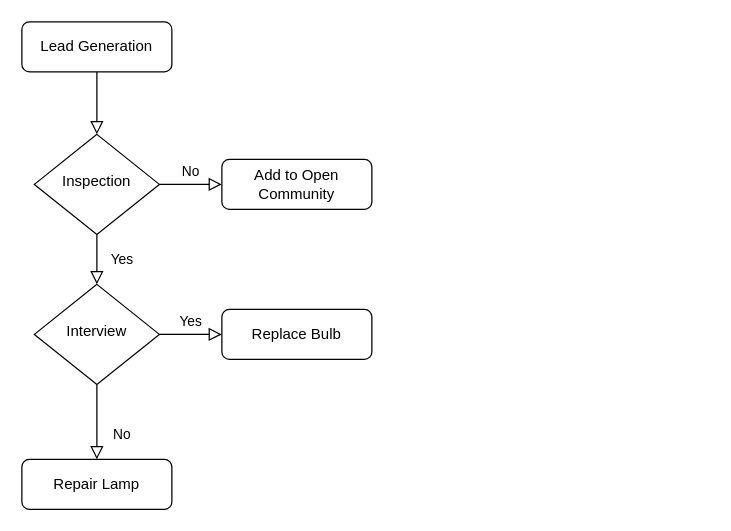
This is strategy_team.drawio from eonlabs-research/rsr-fsa, a draw.io file, before an edit. Source tidied: cells renumbered, new cells numbered last; positions are measured from the earlier drawing's top-left corner, leaving out a move shared by most shapes. Both pictures are drawn from the tidied source at 125%, with x=0, y=0 at pixel (21, 21).
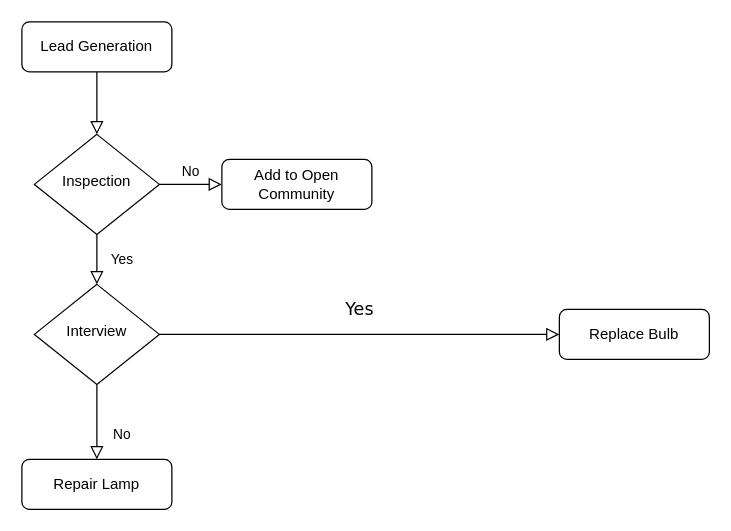
The same page after the edit.

What changed in the source:
```diff
@@
 <mxGraphModel>
   <root>
     <mxCell id="0" />
     <mxCell id="1" parent="0" />
     <mxCell id="2" style="rounded=0;html=1;jettySize=auto;fontSize=11;endArrow=block;endFill=0;endSize=8;strokeWidth=1;shadow=0;labelBackgroundColor=none;edgeStyle=orthogonalEdgeStyle;" parent="1" edge="1" source="3" target="6">
       <mxGeometry relative="1" as="geometry" />
     </mxCell>
     <mxCell id="3" value="Lead Generation" style="rounded=1;whiteSpace=wrap;html=1;fontSize=12;glass=0;strokeWidth=1;shadow=0;" parent="1" vertex="1">
       <mxGeometry width="120" height="40" as="geometry" />
     </mxCell>
     <mxCell id="4" value="Yes" style="rounded=0;html=1;jettySize=auto;fontSize=11;endArrow=block;endFill=0;endSize=8;strokeWidth=1;shadow=0;labelBackgroundColor=none;edgeStyle=orthogonalEdgeStyle;" parent="1" edge="1" source="6" target="10">
       <mxGeometry y="20" relative="1" as="geometry" />
     </mxCell>
     <mxCell id="5" value="No" style="edgeStyle=orthogonalEdgeStyle;rounded=0;html=1;jettySize=auto;fontSize=11;endArrow=block;endFill=0;endSize=8;strokeWidth=1;shadow=0;labelBackgroundColor=none;" parent="1" edge="1" source="6" target="7">
       <mxGeometry y="10" relative="1" as="geometry" />
     </mxCell>
     <mxCell id="6" value="Inspection" style="rhombus;whiteSpace=wrap;html=1;shadow=0;fontFamily=Helvetica;fontSize=12;align=center;strokeWidth=1;spacing=6;spacingTop=-4;" parent="1" vertex="1">
       <mxGeometry x="10" y="90" width="100" height="80" as="geometry" />
     </mxCell>
     <mxCell id="7" value="Add to Open Community" style="rounded=1;whiteSpace=wrap;html=1;fontSize=12;glass=0;strokeWidth=1;shadow=0;" parent="1" vertex="1">
       <mxGeometry x="160" y="110" width="120" height="40" as="geometry" />
     </mxCell>
     <mxCell id="8" value="No" style="rounded=0;html=1;jettySize=auto;fontSize=11;endArrow=block;endFill=0;endSize=8;strokeWidth=1;shadow=0;labelBackgroundColor=none;edgeStyle=orthogonalEdgeStyle;" parent="1" edge="1" source="10" target="11">
       <mxGeometry x="0.33" y="20" relative="1" as="geometry" />
     </mxCell>
-    <mxCell id="9" value="Yes" style="edgeStyle=orthogonalEdgeStyle;rounded=0;html=1;jettySize=auto;fontSize=11;endArrow=block;endFill=0;endSize=8;strokeWidth=1;shadow=0;labelBackgroundColor=none;" parent="1" edge="1" source="10" target="12">
-      <mxGeometry y="10" relative="1" as="geometry" />
+    <mxCell id="9" value="Yes" style="edgeStyle=orthogonalEdgeStyle;rounded=0;html=1;jettySize=auto;fontSize=14;endArrow=block;endFill=0;endSize=8;strokeWidth=1;shadow=0;labelBackgroundColor=none;fontFamily=Verdana;" parent="1" edge="1" source="10" target="12">
+      <mxGeometry y="20" relative="1" as="geometry" />
     </mxCell>
     <mxCell id="10" value="Interview" style="rhombus;whiteSpace=wrap;html=1;shadow=0;fontFamily=Helvetica;fontSize=12;align=center;strokeWidth=1;spacing=6;spacingTop=-4;" parent="1" vertex="1">
       <mxGeometry x="10" y="210" width="100" height="80" as="geometry" />
     </mxCell>
     <mxCell id="11" value="Repair Lamp" style="rounded=1;whiteSpace=wrap;html=1;fontSize=12;glass=0;strokeWidth=1;shadow=0;" parent="1" vertex="1">
       <mxGeometry y="350" width="120" height="40" as="geometry" />
     </mxCell>
     <mxCell id="12" value="Replace Bulb" style="rounded=1;whiteSpace=wrap;html=1;fontSize=12;glass=0;strokeWidth=1;shadow=0;" parent="1" vertex="1">
-      <mxGeometry x="160" y="230" width="120" height="40" as="geometry" />
+      <mxGeometry x="430" y="230" width="120" height="40" as="geometry" />
     </mxCell>
   </root>
 </mxGraphModel>
```
